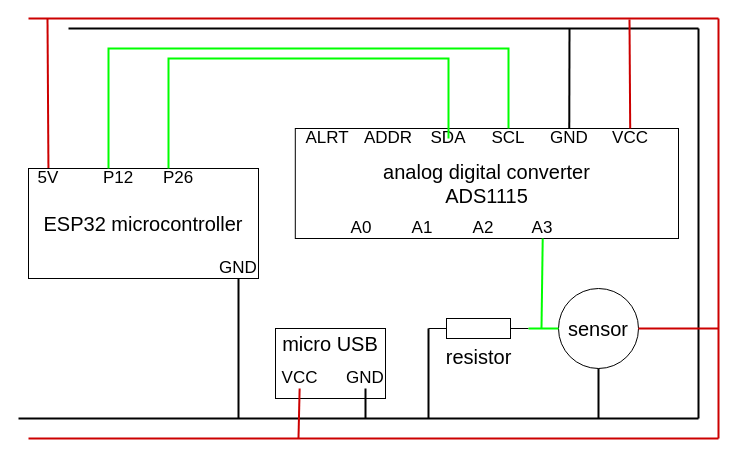
Before: smell detector electrical.drawio in lperennou/diagrams, a draw.io diagram. Source tidied: cells renumbered, new cells numbered last; positions are measured from the earlier drawing's top-left corner, leaving out a move shared by most shapes. Both pictures are drawn from the tidied source at 100%, with x=0, y=0 at pixel (18, 18).
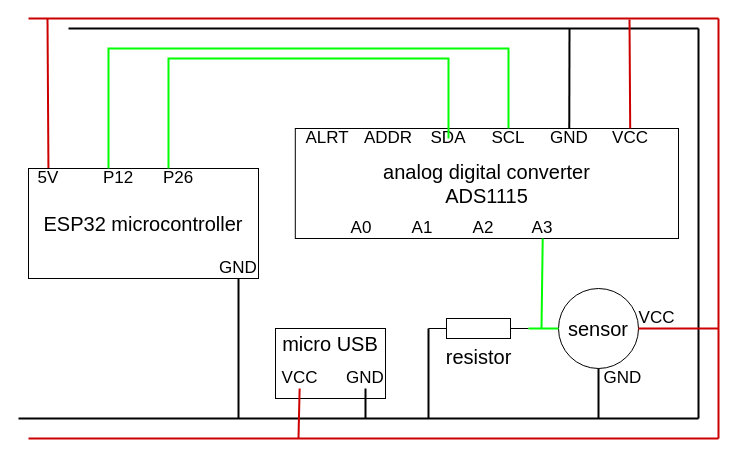
Above is the later version.

What changed in the source:
```diff
@@
+    <mxCell id="47" value="&lt;div style=&quot;font-size: 17px;&quot;&gt;VCC&lt;/div&gt;" style="text;html=1;strokeColor=none;fillColor=none;align=center;verticalAlign=middle;whiteSpace=wrap;rounded=0;fontSize=17;" parent="1" vertex="1">
+      <mxGeometry x="614" y="290" width="48.7" height="20" as="geometry" />
+    </mxCell>
+    <mxCell id="48" value="GND" style="text;html=1;strokeColor=none;fillColor=none;align=center;verticalAlign=middle;whiteSpace=wrap;rounded=0;fontSize=17;" parent="1" vertex="1">
+      <mxGeometry x="580" y="350" width="48.7" height="20" as="geometry" />
+    </mxCell>
```
